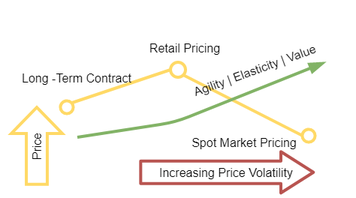
Above: Cloud_pricing.png in miranda-zhang/draw.io (draw.io), before the change. Source tidied: cells renumbered, new cells last; positions are measured from the earlier drawing's top-left corner, leaving out a move shared by most shapes.
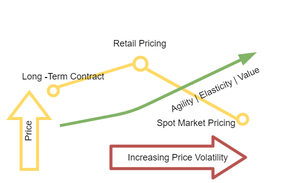
Above is the later version.

Diff of the diagram source:
```diff
@@ -2,56 +2,55 @@
   <root>
     <mxCell id="0" />
     <mxCell id="1" parent="0" />
-    <mxCell id="2" value="Spot Market Pricing" style="text;html=1;strokeColor=none;fillColor=none;align=center;verticalAlign=middle;whiteSpace=wrap;rounded=0;fontSize=8;fontStyle=0;strokeWidth=2;" parent="1" vertex="1">
-      <mxGeometry x="111.5" y="81" width="97" height="24" as="geometry" />
+    <mxCell id="2" value="Spot Market Pricing" style="text;html=1;strokeColor=none;fillColor=none;align=center;verticalAlign=middle;whiteSpace=wrap;rounded=0;fontSize=6;fontStyle=0;strokeWidth=2;" parent="1" vertex="1">
+      <mxGeometry x="150" y="81" width="59" height="19" as="geometry" />
     </mxCell>
-    <mxCell id="3" style="group;fontStyle=0;strokeWidth=2;fontSize=8;" parent="1" vertex="1">
-      <mxGeometry y="70" width="230" height="60" as="geometry" />
+    <mxCell id="3" style="group;fontStyle=0;strokeWidth=2;fontSize=6;" parent="1" vertex="1">
+      <mxGeometry x="50" y="70" width="180" height="60" as="geometry" />
     </mxCell>
-    <mxCell id="4" value="Price&amp;nbsp;" style="html=1;align=center;verticalAlign=middle;shape=mxgraph.arrows2.arrow;dy=0.59;dx=17.5;direction=north;notch=0;flipV=0;horizontal=0;fontSize=8;fontStyle=0;rounded=1;labelBackgroundColor=#ffffff;endArrow=classic;endSize=8.33;strokeColor=#FFD966;strokeWidth=2;fillColor=none;" parent="3" vertex="1">
-      <mxGeometry x="6" width="34" height="51.4" as="geometry" />
+    <mxCell id="4" value="Price&amp;nbsp;" style="html=1;align=center;verticalAlign=middle;shape=mxgraph.arrows2.arrow;dy=0.59;dx=17.5;direction=north;notch=0;flipV=0;horizontal=0;fontSize=6;fontStyle=0;rounded=1;labelBackgroundColor=#ffffff;endArrow=classic;endSize=8.33;strokeColor=#FFD966;strokeWidth=2;fillColor=none;" parent="3" vertex="1">
+      <mxGeometry x="4.7" width="26.6" height="51.4" as="geometry" />
     </mxCell>
-    <mxCell id="5" value="Increasing Price Volatility" style="shape=flexArrow;endArrow=classic;html=1;endWidth=10.5;endSize=6.555;width=14;fontSize=8;fontStyle=0;fillColor=none;strokeColor=#b85450;strokeWidth=2;" parent="3" edge="1">
+    <mxCell id="5" value="Increasing Price Volatility" style="shape=flexArrow;endArrow=classic;html=1;endWidth=10.5;endSize=6.555;width=14;fontSize=6;fontStyle=0;fillColor=none;strokeColor=#b85450;strokeWidth=2;" parent="3" edge="1">
       <mxGeometry relative="1" as="geometry">
-        <mxPoint x="91.2" y="43.4" as="sourcePoint" />
-        <mxPoint x="208.2" y="43.4" as="targetPoint" />
+        <mxPoint x="71.3" y="43.4" as="sourcePoint" />
+        <mxPoint x="162.9" y="43.4" as="targetPoint" />
       </mxGeometry>
     </mxCell>
-    <mxCell id="6" style="ellipse;whiteSpace=wrap;html=1;fontSize=8;rounded=1;strokeColor=#FFD966;strokeWidth=2;labelBackgroundColor=#ffffff;spacing=0;endArrow=none;fontStyle=0;" parent="3" vertex="1">
-      <mxGeometry x="39" y="-4.3" width="8.6" height="8.6" as="geometry" />
+    <mxCell id="6" style="ellipse;whiteSpace=wrap;html=1;fontSize=6;rounded=1;strokeColor=#FFD966;strokeWidth=2;labelBackgroundColor=#ffffff;spacing=0;endArrow=none;fontStyle=0;" parent="3" vertex="1">
+      <mxGeometry x="30.5" y="-4.3" width="6.7" height="6.7" as="geometry" />
     </mxCell>
-    <mxCell id="7" style="ellipse;whiteSpace=wrap;html=1;fontSize=8;rounded=1;strokeColor=#FFD966;strokeWidth=2;labelBackgroundColor=#ffffff;spacing=0;endArrow=none;fontStyle=0;" parent="3" vertex="1">
-      <mxGeometry x="200" y="14.6" width="8.6" height="8.6" as="geometry" />
+    <mxCell id="7" style="ellipse;whiteSpace=wrap;html=1;fontSize=6;rounded=1;strokeColor=#FFD966;strokeWidth=2;labelBackgroundColor=#ffffff;spacing=0;endArrow=none;fontStyle=0;" parent="3" vertex="1">
+      <mxGeometry x="156.5" y="14.6" width="6.7" height="6.7" as="geometry" />
     </mxCell>
-    <mxCell id="8" style="endArrow=none;html=1;fontSize=8;strokeColor=#FFD966;strokeWidth=2;spacing=0;fontStyle=0;entryX=0;entryY=0.5;entryDx=0;entryDy=0;exitX=1;exitY=1;exitDx=0;exitDy=0;" parent="1" edge="1" source="14" target="7">
+    <mxCell id="8" style="endArrow=none;html=1;fontSize=6;strokeColor=#FFD966;strokeWidth=2;spacing=0;fontStyle=0;entryX=0;entryY=0.5;entryDx=0;entryDy=0;exitX=1;exitY=1;exitDx=0;exitDy=0;" parent="1" edge="1" source="14" target="7">
       <mxGeometry relative="1" as="geometry" />
     </mxCell>
-    <mxCell id="9" style="endArrow=none;html=1;fontSize=8;spacing=0;comic=0;strokeWidth=2;strokeColor=#FFD966;fontStyle=0;entryX=0;entryY=0.5;entryDx=0;entryDy=0;exitX=1;exitY=0;exitDx=0;exitDy=0;" parent="1" edge="1" source="6" target="14">
+    <mxCell id="9" style="endArrow=none;html=1;fontSize=6;spacing=0;comic=0;strokeWidth=2;strokeColor=#FFD966;fontStyle=0;entryX=0;entryY=0.5;entryDx=0;entryDy=0;exitX=1;exitY=0;exitDx=0;exitDy=0;" parent="1" edge="1" source="6" target="14">
       <mxGeometry relative="1" as="geometry" />
     </mxCell>
-    <mxCell id="10" value="Long -Term Contract" style="text;html=1;strokeColor=none;fillColor=none;align=center;verticalAlign=middle;whiteSpace=wrap;rounded=0;fontSize=8;fontStyle=0;strokeWidth=2;" parent="1" vertex="1">
-      <mxGeometry x="10" y="40" width="78" height="20" as="geometry" />
+    <mxCell id="10" value="Long -Term Contract" style="text;html=1;strokeColor=none;fillColor=none;align=center;verticalAlign=middle;whiteSpace=wrap;rounded=0;fontSize=6;fontStyle=0;strokeWidth=2;" parent="1" vertex="1">
+      <mxGeometry x="60" y="49" width="60" height="20" as="geometry" />
     </mxCell>
-    <mxCell id="11" style="group;fontStyle=0;strokeWidth=2;fontSize=8;" parent="1" vertex="1">
-      <mxGeometry x="85" width="150" height="70" as="geometry" />
+    <mxCell id="11" style="group;fontStyle=0;strokeWidth=2;fontSize=6;" parent="1" vertex="1">
+      <mxGeometry x="110" y="10" width="131" height="67" as="geometry" />
     </mxCell>
-    <mxCell id="12" value="Retail Pricing" style="text;html=1;strokeColor=none;fillColor=none;align=center;verticalAlign=middle;whiteSpace=wrap;rounded=0;fontSize=8;fontStyle=0;strokeWidth=2;" parent="11" vertex="1">
-      <mxGeometry x="7" y="20" width="60" height="20" as="geometry" />
+    <mxCell id="12" value="Retail Pricing" style="text;html=1;strokeColor=none;fillColor=none;align=center;verticalAlign=middle;whiteSpace=wrap;rounded=0;fontSize=6;fontStyle=0;strokeWidth=2;" parent="11" vertex="1">
+      <mxGeometry x="6.1" y="18.3" width="52" height="18.3" as="geometry" />
     </mxCell>
-    <mxCell id="13" style="endArrow=blockThin;html=1;strokeColor=#82b366;strokeWidth=2;fillColor=#d5e8d4;fontSize=8;endFill=1;fontStyle=0;" parent="11" edge="1">
+    <mxCell id="13" style="endArrow=blockThin;html=1;strokeColor=#82b366;strokeWidth=2;fillColor=#d5e8d4;fontSize=6;endFill=1;fontStyle=0;entryX=0.854;entryY=-0.076;entryDx=0;entryDy=0;entryPerimeter=0;" parent="11" edge="1" target="15">
       <mxGeometry relative="1" as="geometry">
-        <mxPoint x="-35" y="90" as="sourcePoint" />
-        <mxPoint x="130" y="40" as="targetPoint" />
+        <mxPoint x="-21.7" y="82.3" as="sourcePoint" />
         <Array as="points">
-          <mxPoint x="30" y="80" />
+          <mxPoint x="26" y="73.1" />
         </Array>
       </mxGeometry>
     </mxCell>
-    <mxCell id="14" style="ellipse;whiteSpace=wrap;html=1;fontSize=8;rounded=1;strokeColor=#FFD966;strokeWidth=2;labelBackgroundColor=#ffffff;spacing=0;endArrow=none;fontStyle=0;" parent="11" vertex="1">
-      <mxGeometry x="27" y="40" width="10" height="10" as="geometry" />
+    <mxCell id="14" style="ellipse;whiteSpace=wrap;html=1;fontSize=6;rounded=1;strokeColor=#FFD966;strokeWidth=2;labelBackgroundColor=#ffffff;spacing=0;endArrow=none;fontStyle=0;" parent="11" vertex="1">
+      <mxGeometry x="27.7" y="36.6" width="8.7" height="8.7" as="geometry" />
     </mxCell>
-    <mxCell id="15" value="Agility | Elasticity | Value" style="text;html=1;strokeColor=none;fillColor=none;align=center;verticalAlign=middle;whiteSpace=wrap;rounded=0;fontSize=8;rotation=-20;fontStyle=0;strokeWidth=2;" parent="11" vertex="1">
-      <mxGeometry x="20" y="35" width="125" height="20" as="geometry" />
+    <mxCell id="15" value="Agility | Elasticity | Value" style="text;html=1;strokeColor=none;fillColor=none;align=center;verticalAlign=middle;whiteSpace=wrap;rounded=0;fontSize=6;rotation=-25;fontStyle=0;strokeWidth=2;" parent="11" vertex="1">
+      <mxGeometry x="31" y="49" width="100" height="18" as="geometry" />
     </mxCell>
   </root>
 </mxGraphModel>
```
